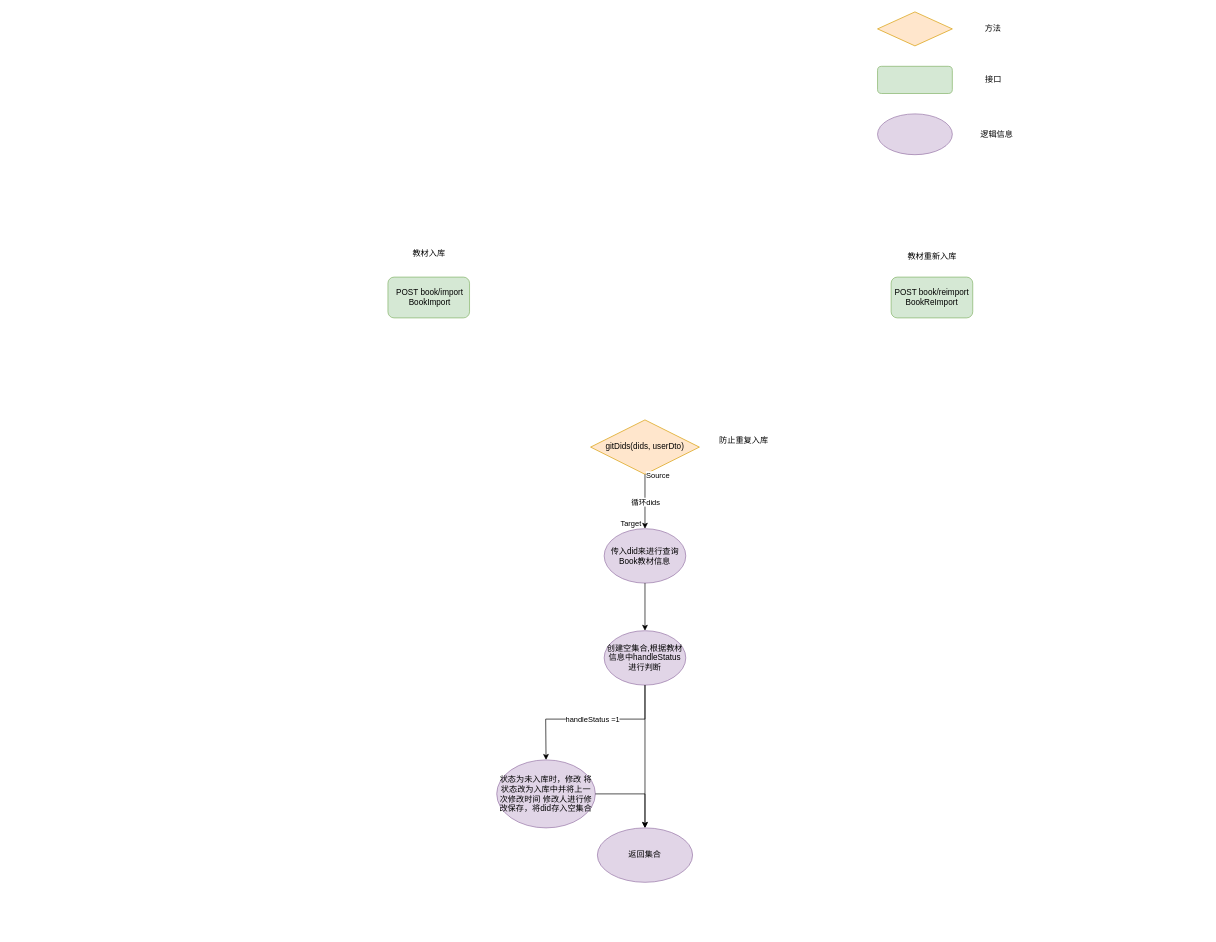
This is 教材入库.drawio from zhaobinrui/MindMap, a draw.io file, before an edit. Source tidied: cells renumbered, new cells numbered last; positions are measured from the earlier drawing's top-left corner, leaving out a move shared by most shapes. Both pictures are drawn from the tidied source at 68%, with x=0, y=0 at pixel (388, 12).
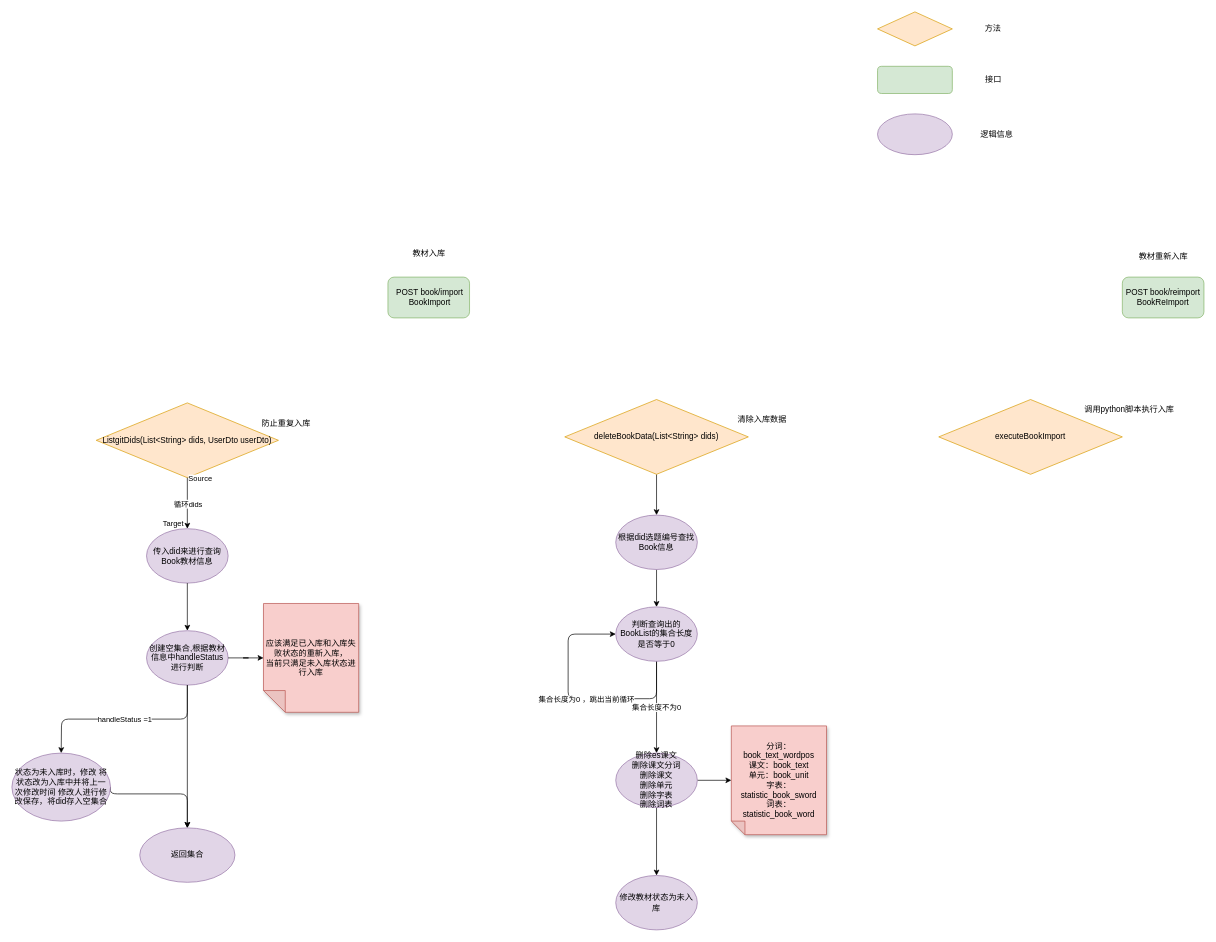
After the change.

Commit message:
更新教材入库.drawio

Diff of the diagram source:
```diff
@@
     <mxCell id="3" value="POST book/reimport&lt;br&gt;BookReImport" style="rounded=1;whiteSpace=wrap;html=1;fillColor=#d5e8d4;strokeColor=#82b366;" parent="1" vertex="1">
-      <mxGeometry x="740" y="390" width="120" height="60" as="geometry" />
+      <mxGeometry x="1080" y="390" width="120" height="60" as="geometry" />
     </mxCell>
@@
     <mxCell id="5" value="教材重新入库" style="text;html=1;align=center;verticalAlign=middle;strokeColor=none;fillColor=none;" parent="1" vertex="1">
-      <mxGeometry x="750" y="345" width="100" height="30" as="geometry" />
+      <mxGeometry x="1090" y="345" width="100" height="30" as="geometry" />
     </mxCell>
+    <mxCell id="21" style="group;" parent="1" vertex="1">
+      <mxGeometry x="720" width="210" height="210" as="geometry" />
+    </mxCell>
+    <mxCell id="22" style="ellipse;whiteSpace=wrap;html=1;fillColor=#e1d5e7;strokeColor=#9673a6;" parent="21" vertex="1">
+      <mxGeometry y="150" width="110" height="60" as="geometry" />
+    </mxCell>
+    <mxCell id="23" value="逻辑信息" style="text;html=1;align=center;verticalAlign=middle;strokeColor=none;fillColor=none;" parent="21" vertex="1">
+      <mxGeometry x="140" y="165" width="70" height="30" as="geometry" />
+    </mxCell>
+    <mxCell id="24" style="rhombus;whiteSpace=wrap;html=1;fillColor=#ffe6cc;strokeColor=#d79b00;" parent="21" vertex="1">
+      <mxGeometry width="110" height="50" as="geometry" />
+    </mxCell>
+    <mxCell id="25" value="方法" style="text;html=1;strokeColor=none;fillColor=none;align=center;verticalAlign=middle;whiteSpace=wrap;rounded=0;" parent="21" vertex="1">
+      <mxGeometry x="140" y="10" width="60" height="30" as="geometry" />
+    </mxCell>
+    <mxCell id="26" style="rounded=1;whiteSpace=wrap;html=1;fillColor=#d5e8d4;strokeColor=#82b366;" parent="21" vertex="1">
+      <mxGeometry y="80" width="110" height="40" as="geometry" />
+    </mxCell>
+    <mxCell id="27" value="接口" style="text;html=1;align=center;verticalAlign=middle;strokeColor=none;fillColor=none;" parent="21" vertex="1">
+      <mxGeometry x="145" y="85" width="50" height="30" as="geometry" />
+    </mxCell>
+    <mxCell id="29" value="executeBookImport" style="rhombus;whiteSpace=wrap;html=1;fillColor=#ffe6cc;strokeColor=#d79b00;" parent="1" vertex="1">
+      <mxGeometry x="810" y="570" width="270" height="110" as="geometry" />
+    </mxCell>
+    <mxCell id="30" value="调用python脚本执行入库" style="text;html=1;align=center;verticalAlign=middle;strokeColor=none;fillColor=none;" parent="1" vertex="1">
+      <mxGeometry x="1010" y="570" width="160" height="30" as="geometry" />
+    </mxCell>
+    <mxCell id="31" style="group;" parent="1" vertex="1">
+      <mxGeometry x="-480" y="600" width="437" height="680" as="geometry" />
+    </mxCell>
-    <mxCell id="6" value="gitDids(dids, userDto)" style="rhombus;whiteSpace=wrap;html=1;fillColor=#ffe6cc;strokeColor=#d79b00;" parent="1" vertex="1">
-      <mxGeometry x="298" y="600" width="160" height="80" as="geometry" />
+    <mxCell id="6" value="ListgitDids(List&amp;lt;String&amp;gt; dids, UserDto userDto)" style="rhombus;whiteSpace=wrap;html=1;fillColor=#ffe6cc;strokeColor=#d79b00;" parent="31" vertex="1">
+      <mxGeometry x="51" y="-25" width="268" height="110" as="geometry" />
     </mxCell>
-    <mxCell id="7" value="防止重复入库" style="text;html=1;align=center;verticalAlign=middle;strokeColor=none;fillColor=none;" parent="1" vertex="1">
-      <mxGeometry x="473" y="615" width="100" height="30" as="geometry" />
+    <mxCell id="7" value="防止重复入库" style="text;html=1;align=center;verticalAlign=middle;strokeColor=none;fillColor=none;" parent="31" vertex="1">
+      <mxGeometry x="280" y="-10" width="100" height="30" as="geometry" />
     </mxCell>
-    <mxCell id="8" value="传入did来进行查询Book教材信息" style="ellipse;whiteSpace=wrap;html=1;fillColor=#e1d5e7;strokeColor=#9673a6;" parent="1" vertex="1">
-      <mxGeometry x="318" y="760" width="120" height="80" as="geometry" />
+    <mxCell id="8" value="传入did来进行查询Book教材信息" style="ellipse;whiteSpace=wrap;html=1;fillColor=#e1d5e7;strokeColor=#9673a6;" parent="31" vertex="1">
+      <mxGeometry x="125" y="160" width="120" height="80" as="geometry" />
     </mxCell>
-    <mxCell id="9" style="endArrow=classic;html=1;rounded=0;exitX=0.5;exitY=1;exitDx=0;exitDy=0;entryX=0.5;entryY=0;entryDx=0;entryDy=0;" parent="1" edge="1" source="6" target="8">
+    <mxCell id="9" style="endArrow=classic;html=1;rounded=0;exitX=0.5;exitY=1;exitDx=0;exitDy=0;entryX=0.5;entryY=0;entryDx=0;entryDy=0;" parent="31" edge="1" source="6" target="8">
       <mxGeometry relative="1" as="geometry" />
     </mxCell>
@@
-    <mxCell id="13" value="创建空集合,根据教材信息中handleStatus进行判断" style="ellipse;whiteSpace=wrap;html=1;fillColor=#e1d5e7;strokeColor=#9673a6;" parent="1" vertex="1">
-      <mxGeometry x="318" y="910" width="120" height="80" as="geometry" />
+    <mxCell id="13" value="创建空集合,根据教材信息中handleStatus进行判断" style="ellipse;whiteSpace=wrap;html=1;fillColor=#e1d5e7;strokeColor=#9673a6;" parent="31" vertex="1">
+      <mxGeometry x="125" y="310" width="120" height="80" as="geometry" />
     </mxCell>
-    <mxCell id="14" style="edgeStyle=orthogonalEdgeStyle;rounded=0;jettySize=auto;html=1;" parent="1" edge="1" source="8" target="13">
+    <mxCell id="14" style="edgeStyle=orthogonalEdgeStyle;rounded=0;jettySize=auto;html=1;" parent="31" edge="1" source="8" target="13">
       <mxGeometry relative="1" as="geometry" />
     </mxCell>
-    <mxCell id="15" value="状态为未入库时，修改 将状态改为入库中并将上一次修改时间 修改人进行修改保存，将did存入空集合" style="ellipse;whiteSpace=wrap;html=1;fillColor=#e1d5e7;strokeColor=#9673a6;" parent="1" vertex="1">
-      <mxGeometry x="160" y="1100" width="145" height="100" as="geometry" />
-    </mxCell>
-    <mxCell id="16" style="endArrow=classic;html=1;rounded=0;exitX=0.5;exitY=1;exitDx=0;exitDy=0;entryX=0.5;entryY=0;entryDx=0;entryDy=0;" parent="1" edge="1" target="15">
+    <mxCell id="16" style="endArrow=classic;html=1;rounded=1;exitX=0.5;exitY=1;exitDx=0;exitDy=0;entryX=0.5;entryY=0;entryDx=0;entryDy=0;" parent="31" edge="1" target="15">
       <mxGeometry relative="1" as="geometry">
-        <mxPoint x="378" y="990" as="sourcePoint" />
+        <mxPoint x="185" y="390" as="sourcePoint" />
         <Array as="points">
-          <mxPoint x="378" y="1040" />
-          <mxPoint x="232" y="1040" />
+          <mxPoint x="185" y="440" />
+          <mxPoint y="440" />
         </Array>
       </mxGeometry>
     </mxCell>
@@
-    <mxCell id="18" value="返回集合" style="ellipse;whiteSpace=wrap;html=1;fillColor=#e1d5e7;strokeColor=#9673a6;" parent="1" vertex="1">
-      <mxGeometry x="308" y="1200" width="140" height="80" as="geometry" />
+    <mxCell id="18" value="返回集合" style="ellipse;whiteSpace=wrap;html=1;fillColor=#e1d5e7;strokeColor=#9673a6;" parent="31" vertex="1">
+      <mxGeometry x="115" y="600" width="140" height="80" as="geometry" />
     </mxCell>
-    <mxCell id="19" style="edgeStyle=orthogonalEdgeStyle;rounded=0;jettySize=auto;html=1;entryX=0.5;entryY=0;entryDx=0;entryDy=0;exitX=1;exitY=0.5;exitDx=0;exitDy=0;" parent="1" edge="1" source="15" target="18">
+    <mxCell id="19" style="edgeStyle=orthogonalEdgeStyle;rounded=1;jettySize=auto;html=1;entryX=0.5;entryY=0;entryDx=0;entryDy=0;exitX=1;exitY=0.5;exitDx=0;exitDy=0;" parent="31" edge="1" source="15" target="18">
       <mxGeometry relative="1" as="geometry">
         <Array as="points">
-          <mxPoint x="378" y="1150" />
+          <mxPoint x="185" y="550" />
         </Array>
       </mxGeometry>
     </mxCell>
-    <mxCell id="20" style="edgeStyle=orthogonalEdgeStyle;rounded=0;jettySize=auto;html=1;entryX=0.5;entryY=0;entryDx=0;entryDy=0;" parent="1" edge="1" source="13" target="18">
+    <mxCell id="20" style="edgeStyle=orthogonalEdgeStyle;rounded=1;jettySize=auto;html=1;entryX=0.5;entryY=0;entryDx=0;entryDy=0;" parent="31" edge="1" source="13" target="18">
       <mxGeometry relative="1" as="geometry" />
     </mxCell>
-    <mxCell id="21" style="group;" parent="1" vertex="1">
-      <mxGeometry x="720" width="210" height="210" as="geometry" />
-    </mxCell>
-    <mxCell id="22" style="ellipse;whiteSpace=wrap;html=1;fillColor=#e1d5e7;strokeColor=#9673a6;" parent="21" vertex="1">
-      <mxGeometry y="150" width="110" height="60" as="geometry" />
-    </mxCell>
-    <mxCell id="23" value="逻辑信息" style="text;html=1;align=center;verticalAlign=middle;strokeColor=none;fillColor=none;" parent="21" vertex="1">
-      <mxGeometry x="140" y="165" width="70" height="30" as="geometry" />
-    </mxCell>
-    <mxCell id="24" style="rhombus;whiteSpace=wrap;html=1;fillColor=#ffe6cc;strokeColor=#d79b00;" parent="21" vertex="1">
-      <mxGeometry width="110" height="50" as="geometry" />
-    </mxCell>
-    <mxCell id="25" value="方法" style="text;html=1;strokeColor=none;fillColor=none;align=center;verticalAlign=middle;whiteSpace=wrap;rounded=0;" parent="21" vertex="1">
-      <mxGeometry x="140" y="10" width="60" height="30" as="geometry" />
-    </mxCell>
-    <mxCell id="26" style="rounded=1;whiteSpace=wrap;html=1;fillColor=#d5e8d4;strokeColor=#82b366;" parent="21" vertex="1">
-      <mxGeometry y="80" width="110" height="40" as="geometry" />
-    </mxCell>
-    <mxCell id="27" value="接口" style="text;html=1;align=center;verticalAlign=middle;strokeColor=none;fillColor=none;" parent="21" vertex="1">
-      <mxGeometry x="145" y="85" width="50" height="30" as="geometry" />
-    </mxCell>
+    <mxCell id="32" value="应该满足已入库和入库失败状态的重新入库，&lt;br&gt;当前只满足未入库状态进行入库" style="shape=note;whiteSpace=wrap;html=1;backgroundOutline=1;darkOpacity=0.05;fillColor=#f8cecc;strokeColor=#b85450;fillStyle=solid;direction=west;gradientDirection=north;shadow=1;size=32;" parent="31" vertex="1">
+      <mxGeometry x="297" y="270" width="140" height="160" as="geometry" />
+    </mxCell>
+    <mxCell id="33" style="edgeStyle=entityRelationEdgeStyle;rounded=0;jettySize=auto;html=1;" parent="31" edge="1" source="13" target="32">
+      <mxGeometry relative="1" as="geometry" />
+    </mxCell>
+    <mxCell id="15" value="状态为未入库时，修改 将状态改为入库中并将上一次修改时间 修改人进行修改保存，将did存入空集合" style="ellipse;whiteSpace=wrap;html=1;fillColor=#e1d5e7;strokeColor=#9673a6;" parent="31" vertex="1">
+      <mxGeometry x="-73" y="490" width="145" height="100" as="geometry" />
+    </mxCell>
+    <mxCell id="34" style="edgeStyle=orthogonalEdgeStyle;rounded=0;jettySize=auto;html=1;entryX=0.5;entryY=0;entryDx=0;entryDy=0;" parent="1" edge="1" source="35" target="38">
+      <mxGeometry relative="1" as="geometry" />
+    </mxCell>
+    <mxCell id="35" value="deleteBookData(List&amp;lt;String&amp;gt; dids&lt;span style=&quot;background-color: initial;&quot;&gt;)&lt;/span&gt;" style="rhombus;whiteSpace=wrap;html=1;fillColor=#ffe6cc;strokeColor=#d79b00;fillStyle=auto;" parent="1" vertex="1">
+      <mxGeometry x="260" y="570" width="270" height="110" as="geometry" />
+    </mxCell>
+    <mxCell id="36" value="清除入库数据" style="text;html=1;align=center;verticalAlign=middle;strokeColor=none;fillColor=none;" parent="1" vertex="1">
+      <mxGeometry x="500" y="585" width="100" height="30" as="geometry" />
+    </mxCell>
@@
+    <mxCell id="37" style="edgeStyle=orthogonalEdgeStyle;rounded=0;jettySize=auto;html=1;" parent="28" edge="1" source="38" target="42">
+      <mxGeometry relative="1" as="geometry" />
+    </mxCell>
+    <mxCell id="38" value="根据did选题编号查找Book信息" style="ellipse;whiteSpace=wrap;html=1;fillColor=#e1d5e7;strokeColor=#9673a6;" parent="28" vertex="1">
+      <mxGeometry x="335" y="740" width="120" height="80" as="geometry" />
+    </mxCell>
+    <mxCell id="39" style="edgeStyle=orthogonalEdgeStyle;rounded=1;orthogonalLoop=1;jettySize=auto;html=1;entryX=0;entryY=0.5;entryDx=0;entryDy=0;" parent="28" edge="1" source="42" target="42">
+      <mxGeometry relative="1" as="geometry">
+        <Array as="points">
+          <mxPoint x="395" y="1010" />
+          <mxPoint x="265" y="1010" />
+          <mxPoint x="265" y="915" />
+        </Array>
+      </mxGeometry>
+    </mxCell>
+    <mxCell id="40" value="集合长度为0 ，跳出当前循环" style="edgeLabel;html=1;align=center;verticalAlign=middle;" parent="39" vertex="1">
+      <mxGeometry x="-0.09" y="1" relative="1" as="geometry" />
+    </mxCell>
+    <mxCell id="41" value="集合长度不为0" style="edgeStyle=orthogonalEdgeStyle;rounded=1;jettySize=auto;html=1;entryX=0.5;entryY=0;entryDx=0;entryDy=0;" parent="28" edge="1" source="42" target="45">
+      <mxGeometry relative="1" as="geometry" />
+    </mxCell>
+    <mxCell id="42" value="判断查询出的BookList的集合长度是否等于0" style="ellipse;whiteSpace=wrap;html=1;fillColor=#e1d5e7;strokeColor=#9673a6;" parent="28" vertex="1">
+      <mxGeometry x="335" y="875" width="120" height="80" as="geometry" />
+    </mxCell>
+    <mxCell id="43" style="edgeStyle=orthogonalEdgeStyle;rounded=0;jettySize=auto;html=1;entryX=0.5;entryY=0;entryDx=0;entryDy=0;" parent="28" edge="1" source="45" target="46">
+      <mxGeometry relative="1" as="geometry" />
+    </mxCell>
+    <mxCell id="44" style="edgeStyle=orthogonalEdgeStyle;rounded=0;jettySize=auto;html=1;" parent="28" edge="1" source="45" target="47">
+      <mxGeometry relative="1" as="geometry" />
+    </mxCell>
+    <mxCell id="45" value="删除es课文&lt;br&gt;删除课文分词&lt;br&gt;删除课文&lt;br&gt;删除单元&lt;br&gt;删除字表&lt;br&gt;删除词表" style="ellipse;whiteSpace=wrap;html=1;fillColor=#e1d5e7;strokeColor=#9673a6;" parent="28" vertex="1">
+      <mxGeometry x="335" y="1090" width="120" height="80" as="geometry" />
+    </mxCell>
+    <mxCell id="46" value="修改教材状态为未入库" style="ellipse;whiteSpace=wrap;html=1;fillColor=#e1d5e7;strokeColor=#9673a6;" parent="28" vertex="1">
+      <mxGeometry x="335" y="1270" width="120" height="80" as="geometry" />
+    </mxCell>
+    <mxCell id="47" value="分词：book_text_wordpos&lt;br&gt;课文：book_text&lt;br&gt;单元：book_unit&lt;br&gt;字表：statistic_book_sword&lt;br&gt;词表：statistic_book_word" style="shape=note;whiteSpace=wrap;html=1;backgroundOutline=1;darkOpacity=0.05;fillColor=#f8cecc;strokeColor=#b85450;fillStyle=solid;direction=west;gradientDirection=north;shadow=1;size=20;" parent="28" vertex="1">
+      <mxGeometry x="505" y="1050" width="140" height="160" as="geometry" />
+    </mxCell>
```
